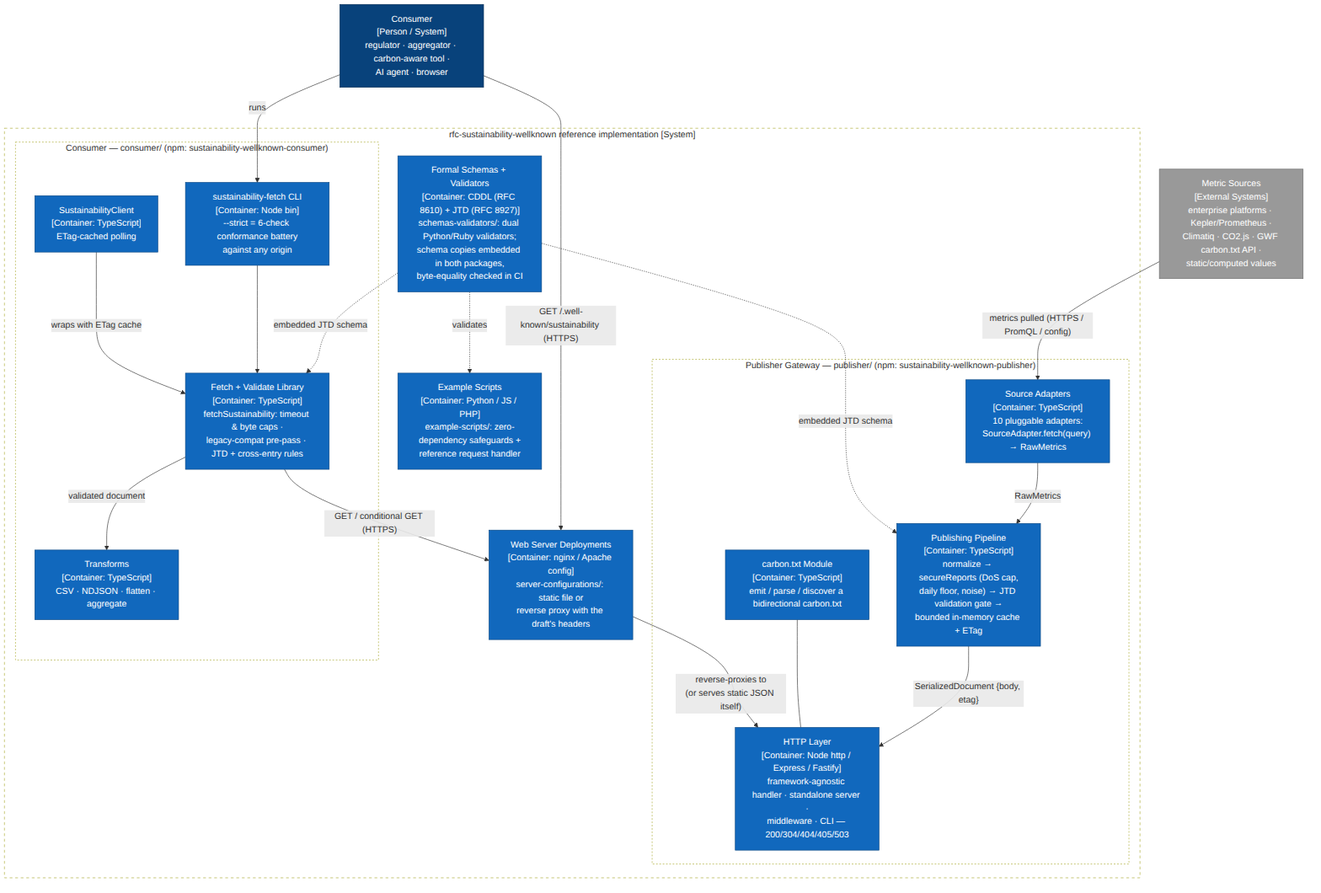
Earlier version of the Mermaid export architecture/images/c4-container.png (andreibesleaga/rfc-sustainability-wellknown). Its source is kept beside it as architecture/diagrams/c4-container.mmd.
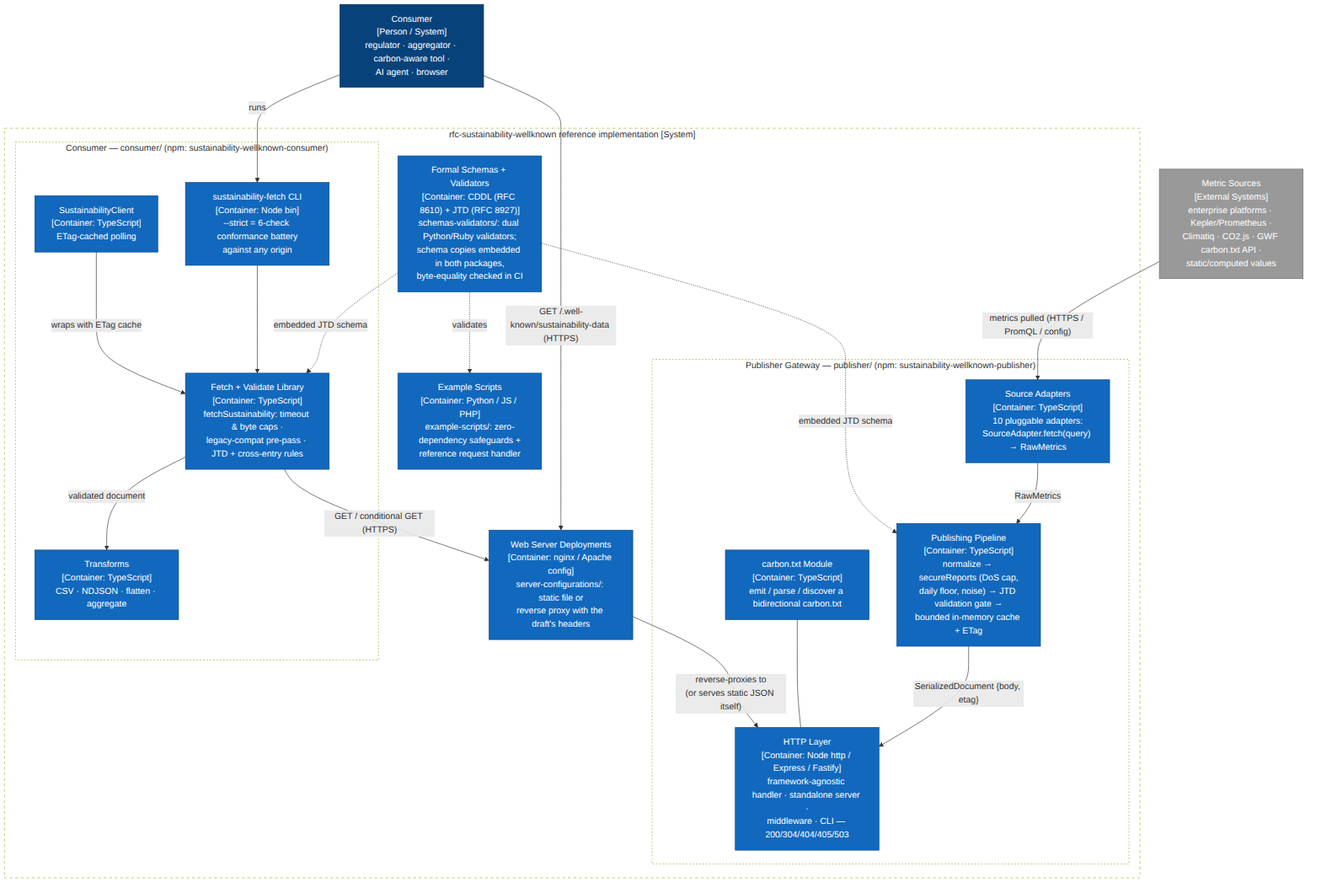
After the change.

Diff of the diagram source:
```diff
@@ -32,7 +32,7 @@
     SCHEMAS -. "validates" .-> EXS
     WEBC -- "reverse-proxies to<br/>(or serves static JSON itself)" --> HTTPL
 
-    CLIENT -- "GET /.well-known/sustainability (HTTPS)" --> WEBC
+    CLIENT -- "GET /.well-known/sustainability-data (HTTPS)" --> WEBC
     CLIENT -- "runs" --> FCLI
     FCLI --> FETCH
     SCLI -- "wraps with ETag cache" --> FETCH
```
